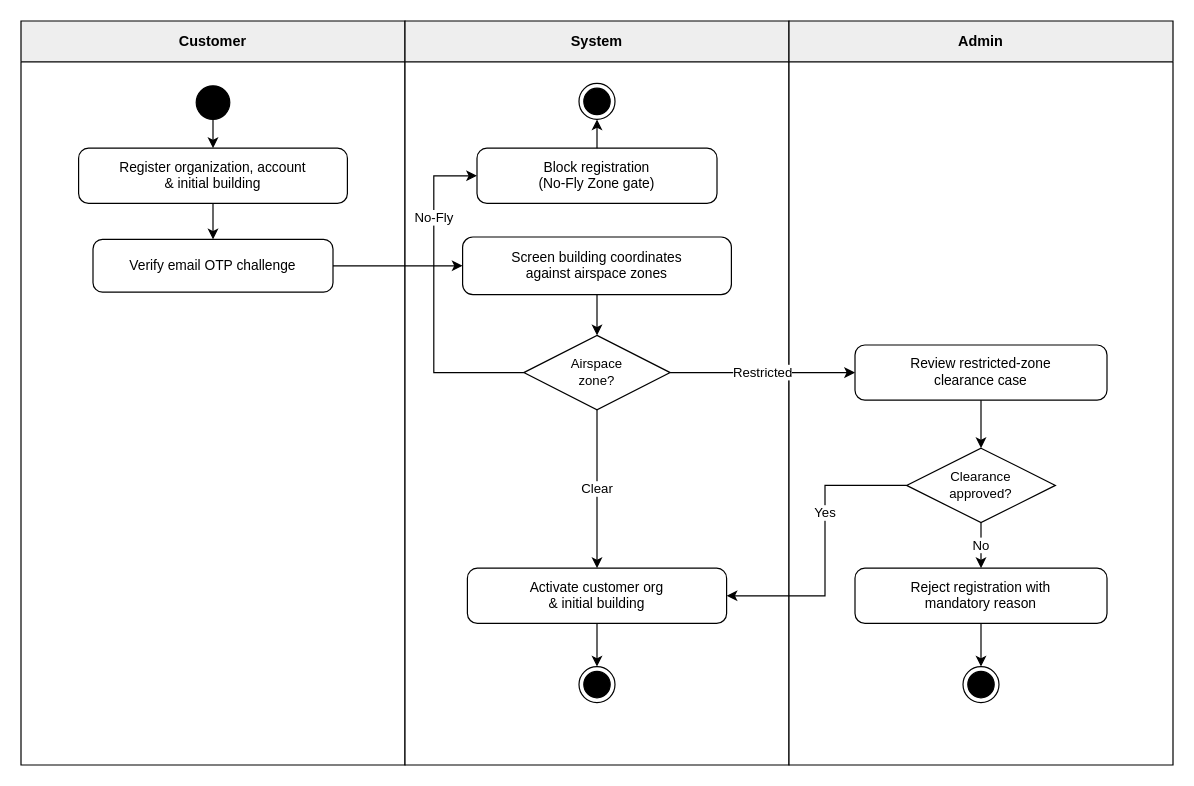
Before: page "MF1A - Customer Onboarding" (1 of 5) of diagrams/smartdrone-activity-diagrams.drawio in tungbach12/SmartDroneInspection-Docs, a draw.io diagram. Source tidied: cells renumbered, new cells numbered last; positions are measured from the earlier drawing's top-left corner, leaving out a move shared by most shapes. Both pictures are drawn from the tidied source at 120%, with x=0, y=0 at pixel (20, 20).
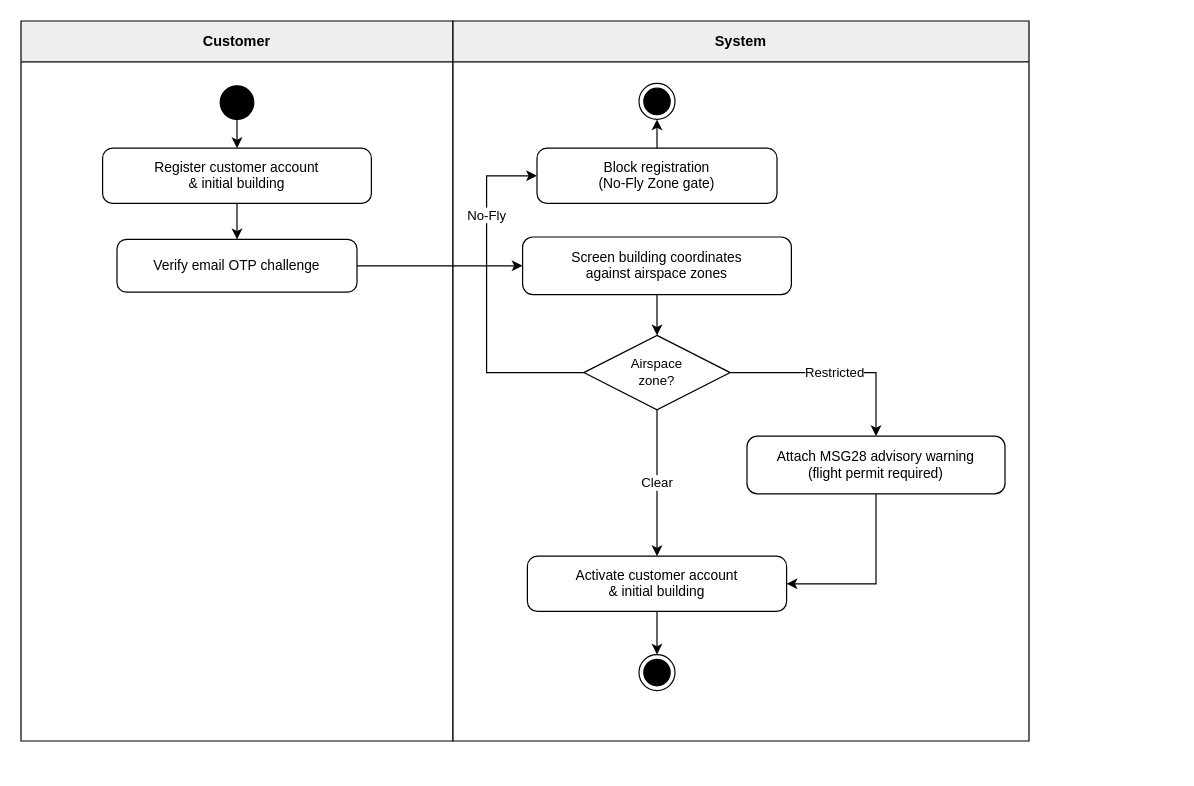
The same diagram, later.

Change to the diagram source:
```diff
@@
     <mxCell id="2" value="Customer" style="swimlane;whiteSpace=wrap;html=1;startSize=34;fillColor=#EEEEEE;swimlaneFillColor=#FFFFFF;strokeColor=#000000;strokeWidth=1;fontColor=#000000;fontStyle=1;fontSize=12;fontFamily=Helvetica;" parent="1" vertex="1">
-      <mxGeometry width="320" height="620" as="geometry" />
+      <mxGeometry width="360" height="600" as="geometry" />
     </mxCell>
     <mxCell id="3" value="System" style="swimlane;whiteSpace=wrap;html=1;startSize=34;fillColor=#EEEEEE;swimlaneFillColor=#FFFFFF;strokeColor=#000000;strokeWidth=1;fontColor=#000000;fontStyle=1;fontSize=12;fontFamily=Helvetica;" parent="1" vertex="1">
-      <mxGeometry x="320" width="320" height="620" as="geometry" />
+      <mxGeometry x="360" width="480" height="600" as="geometry" />
     </mxCell>
-    <mxCell id="4" value="Admin" style="swimlane;whiteSpace=wrap;html=1;startSize=34;fillColor=#EEEEEE;swimlaneFillColor=#FFFFFF;strokeColor=#000000;strokeWidth=1;fontColor=#000000;fontStyle=1;fontSize=12;fontFamily=Helvetica;" parent="1" vertex="1">
-      <mxGeometry x="640" width="320" height="620" as="geometry" />
-    </mxCell>
     <mxCell id="5" style="ellipse;whiteSpace=wrap;html=1;fillColor=#000000;strokeColor=#000000;strokeWidth=1;" parent="1" vertex="1">
-      <mxGeometry x="146" y="54" width="28" height="28" as="geometry" />
+      <mxGeometry x="166" y="54" width="28" height="28" as="geometry" />
     </mxCell>
-    <mxCell id="6" value="Register organization, account&lt;br&gt;&amp;amp; initial building" style="rounded=1;whiteSpace=wrap;html=1;arcSize=18;fillColor=#FFFFFF;strokeColor=#000000;strokeWidth=1;fontColor=#000000;fontSize=11.5;fontFamily=Helvetica;align=center;verticalAlign=middle;spacingLeft=8;spacingRight=8;" parent="1" vertex="1">
-      <mxGeometry x="48" y="106" width="224" height="46" as="geometry" />
+    <mxCell id="6" value="Register customer account&lt;br&gt;&amp;amp; initial building" style="rounded=1;whiteSpace=wrap;html=1;arcSize=18;fillColor=#FFFFFF;strokeColor=#000000;strokeWidth=1;fontColor=#000000;fontSize=11.5;fontFamily=Helvetica;align=center;verticalAlign=middle;spacingLeft=8;spacingRight=8;" parent="1" vertex="1">
+      <mxGeometry x="68" y="106" width="224" height="46" as="geometry" />
     </mxCell>
     <mxCell id="7" value="Verify email OTP challenge" style="rounded=1;whiteSpace=wrap;html=1;arcSize=18;fillColor=#FFFFFF;strokeColor=#000000;strokeWidth=1;fontColor=#000000;fontSize=11.5;fontFamily=Helvetica;align=center;verticalAlign=middle;spacingLeft=8;spacingRight=8;" parent="1" vertex="1">
-      <mxGeometry x="60" y="182" width="200" height="44" as="geometry" />
+      <mxGeometry x="80" y="182" width="200" height="44" as="geometry" />
     </mxCell>
     <mxCell id="8" value="Block registration&lt;br&gt;(No-Fly Zone gate)" style="rounded=1;whiteSpace=wrap;html=1;arcSize=18;fillColor=#FFFFFF;strokeColor=#000000;strokeWidth=1;fontColor=#000000;fontSize=11.5;fontFamily=Helvetica;align=center;verticalAlign=middle;spacingLeft=8;spacingRight=8;" parent="1" vertex="1">
-      <mxGeometry x="380" y="106" width="200" height="46" as="geometry" />
+      <mxGeometry x="430" y="106" width="200" height="46" as="geometry" />
     </mxCell>
     <mxCell id="9" style="ellipse;shape=endState;whiteSpace=wrap;html=1;fillColor=#000000;strokeColor=#000000;strokeWidth=1;" parent="1" vertex="1">
-      <mxGeometry x="465" y="52" width="30" height="30" as="geometry" />
+      <mxGeometry x="515" y="52" width="30" height="30" as="geometry" />
     </mxCell>
     <mxCell id="10" value="Screen building coordinates&lt;br&gt;against airspace zones" style="rounded=1;whiteSpace=wrap;html=1;arcSize=18;fillColor=#FFFFFF;strokeColor=#000000;strokeWidth=1;fontColor=#000000;fontSize=11.5;fontFamily=Helvetica;align=center;verticalAlign=middle;spacingLeft=8;spacingRight=8;" parent="1" vertex="1">
-      <mxGeometry x="368" y="180" width="224" height="48" as="geometry" />
+      <mxGeometry x="418" y="180" width="224" height="48" as="geometry" />
     </mxCell>
     <mxCell id="11" value="Airspace&lt;br&gt;zone?" style="rhombus;whiteSpace=wrap;html=1;fillColor=#FFFFFF;strokeColor=#000000;strokeWidth=1;fontColor=#000000;fontSize=11;fontFamily=Helvetica;align=center;verticalAlign=middle;" parent="1" vertex="1">
-      <mxGeometry x="419" y="262" width="122" height="62" as="geometry" />
+      <mxGeometry x="469" y="262" width="122" height="62" as="geometry" />
     </mxCell>
-    <mxCell id="12" value="Review restricted-zone&lt;br&gt;clearance case" style="rounded=1;whiteSpace=wrap;html=1;arcSize=18;fillColor=#FFFFFF;strokeColor=#000000;strokeWidth=1;fontColor=#000000;fontSize=11.5;fontFamily=Helvetica;align=center;verticalAlign=middle;spacingLeft=8;spacingRight=8;" parent="1" vertex="1">
-      <mxGeometry x="695" y="270" width="210" height="46" as="geometry" />
+    <mxCell id="12" value="Attach MSG28 advisory warning&lt;br&gt;(flight permit required)" style="rounded=1;whiteSpace=wrap;html=1;arcSize=18;fillColor=#FFFFFF;strokeColor=#000000;strokeWidth=1;fontColor=#000000;fontSize=11.5;fontFamily=Helvetica;align=center;verticalAlign=middle;spacingLeft=8;spacingRight=8;" parent="1" vertex="1">
+      <mxGeometry x="605" y="346" width="215" height="48" as="geometry" />
     </mxCell>
-    <mxCell id="13" value="Clearance&lt;br&gt;approved?" style="rhombus;whiteSpace=wrap;html=1;fillColor=#FFFFFF;strokeColor=#000000;strokeWidth=1;fontColor=#000000;fontSize=11;fontFamily=Helvetica;align=center;verticalAlign=middle;" parent="1" vertex="1">
-      <mxGeometry x="738" y="356" width="124" height="62" as="geometry" />
-    </mxCell>
-    <mxCell id="14" value="Reject registration with&lt;br&gt;mandatory reason" style="rounded=1;whiteSpace=wrap;html=1;arcSize=18;fillColor=#FFFFFF;strokeColor=#000000;strokeWidth=1;fontColor=#000000;fontSize=11.5;fontFamily=Helvetica;align=center;verticalAlign=middle;spacingLeft=8;spacingRight=8;" parent="1" vertex="1">
-      <mxGeometry x="695" y="456" width="210" height="46" as="geometry" />
-    </mxCell>
-    <mxCell id="15" style="ellipse;shape=endState;whiteSpace=wrap;html=1;fillColor=#000000;strokeColor=#000000;strokeWidth=1;" parent="1" vertex="1">
-      <mxGeometry x="785" y="538" width="30" height="30" as="geometry" />
-    </mxCell>
-    <mxCell id="16" value="Activate customer org&lt;br&gt;&amp;amp; initial building" style="rounded=1;whiteSpace=wrap;html=1;arcSize=18;fillColor=#FFFFFF;strokeColor=#000000;strokeWidth=1;fontColor=#000000;fontSize=11.5;fontFamily=Helvetica;align=center;verticalAlign=middle;spacingLeft=8;spacingRight=8;" parent="1" vertex="1">
-      <mxGeometry x="372" y="456" width="216" height="46" as="geometry" />
+    <mxCell id="16" value="Activate customer account&lt;br&gt;&amp;amp; initial building" style="rounded=1;whiteSpace=wrap;html=1;arcSize=18;fillColor=#FFFFFF;strokeColor=#000000;strokeWidth=1;fontColor=#000000;fontSize=11.5;fontFamily=Helvetica;align=center;verticalAlign=middle;spacingLeft=8;spacingRight=8;" parent="1" vertex="1">
+      <mxGeometry x="422" y="446" width="216" height="46" as="geometry" />
     </mxCell>
     <mxCell id="17" style="ellipse;shape=endState;whiteSpace=wrap;html=1;fillColor=#000000;strokeColor=#000000;strokeWidth=1;" parent="1" vertex="1">
-      <mxGeometry x="465" y="538" width="30" height="30" as="geometry" />
+      <mxGeometry x="515" y="528" width="30" height="30" as="geometry" />
     </mxCell>
@@
     <mxCell id="22" value="No-Fly" style="edgeStyle=orthogonalEdgeStyle;rounded=0;jettySize=auto;html=1;strokeColor=#000000;strokeWidth=1;endArrow=classic;endFill=1;fontColor=#000000;fontSize=11;fontFamily=Helvetica;labelBackgroundColor=#FFFFFF;exitX=0;exitY=0.5;exitDx=0;exitDy=0;entryX=0;entryY=0.5;entryDx=0;entryDy=0;" parent="1" edge="1" source="11" target="8">
       <mxGeometry x="0.48" relative="1" as="geometry">
         <Array as="points">
-          <mxPoint x="344" y="293" />
-          <mxPoint x="344" y="129" />
+          <mxPoint x="388" y="293" />
+          <mxPoint x="388" y="129" />
         </Array>
       </mxGeometry>
     </mxCell>
@@
-    <mxCell id="25" value="Restricted" style="edgeStyle=orthogonalEdgeStyle;rounded=0;jettySize=auto;html=1;strokeColor=#000000;strokeWidth=1;endArrow=classic;endFill=1;fontColor=#000000;fontSize=11;fontFamily=Helvetica;labelBackgroundColor=#FFFFFF;exitX=1;exitY=0.5;exitDx=0;exitDy=0;entryX=0;entryY=0.5;entryDx=0;entryDy=0;" parent="1" edge="1" source="11" target="12">
+    <mxCell id="25" value="Restricted" style="edgeStyle=orthogonalEdgeStyle;rounded=0;jettySize=auto;html=1;strokeColor=#000000;strokeWidth=1;endArrow=classic;endFill=1;fontColor=#000000;fontSize=11;fontFamily=Helvetica;labelBackgroundColor=#FFFFFF;exitX=1;exitY=0.5;exitDx=0;exitDy=0;entryX=0.5;entryY=0;entryDx=0;entryDy=0;" parent="1" edge="1" source="11" target="12">
       <mxGeometry relative="1" as="geometry" />
     </mxCell>
-    <mxCell id="26" style="edgeStyle=orthogonalEdgeStyle;rounded=0;jettySize=auto;html=1;strokeColor=#000000;strokeWidth=1;endArrow=classic;endFill=1;fontColor=#000000;fontSize=11;fontFamily=Helvetica;labelBackgroundColor=#FFFFFF;exitX=0.5;exitY=1;exitDx=0;exitDy=0;entryX=0.5;entryY=0;entryDx=0;entryDy=0;" parent="1" edge="1" source="12" target="13">
+    <mxCell id="26" style="edgeStyle=orthogonalEdgeStyle;rounded=0;jettySize=auto;html=1;strokeColor=#000000;strokeWidth=1;endArrow=classic;endFill=1;fontColor=#000000;fontSize=11;fontFamily=Helvetica;labelBackgroundColor=#FFFFFF;exitX=0.5;exitY=1;exitDx=0;exitDy=0;entryX=1;entryY=0.5;entryDx=0;entryDy=0;" parent="1" edge="1" source="12" target="16">
       <mxGeometry relative="1" as="geometry" />
     </mxCell>
-    <mxCell id="27" value="No" style="edgeStyle=orthogonalEdgeStyle;rounded=0;jettySize=auto;html=1;strokeColor=#000000;strokeWidth=1;endArrow=classic;endFill=1;fontColor=#000000;fontSize=11;fontFamily=Helvetica;labelBackgroundColor=#FFFFFF;exitX=0.5;exitY=1;exitDx=0;exitDy=0;entryX=0.5;entryY=0;entryDx=0;entryDy=0;" parent="1" edge="1" source="13" target="14">
-      <mxGeometry relative="1" as="geometry" />
-    </mxCell>
-    <mxCell id="28" style="edgeStyle=orthogonalEdgeStyle;rounded=0;jettySize=auto;html=1;strokeColor=#000000;strokeWidth=1;endArrow=classic;endFill=1;fontColor=#000000;fontSize=11;fontFamily=Helvetica;labelBackgroundColor=#FFFFFF;exitX=0.5;exitY=1;exitDx=0;exitDy=0;entryX=0.5;entryY=0;entryDx=0;entryDy=0;" parent="1" edge="1" source="14" target="15">
-      <mxGeometry relative="1" as="geometry" />
-    </mxCell>
-    <mxCell id="29" value="Yes" style="edgeStyle=orthogonalEdgeStyle;rounded=0;jettySize=auto;html=1;strokeColor=#000000;strokeWidth=1;endArrow=classic;endFill=1;fontColor=#000000;fontSize=11;fontFamily=Helvetica;labelBackgroundColor=#FFFFFF;exitX=0;exitY=0.5;exitDx=0;exitDy=0;entryX=1;entryY=0.5;entryDx=0;entryDy=0;" parent="1" edge="1" source="13" target="16">
-      <mxGeometry x="-0.25" relative="1" as="geometry">
-        <Array as="points">
-          <mxPoint x="670" y="387" />
-          <mxPoint x="670" y="479" />
-        </Array>
-      </mxGeometry>
-    </mxCell>
```
